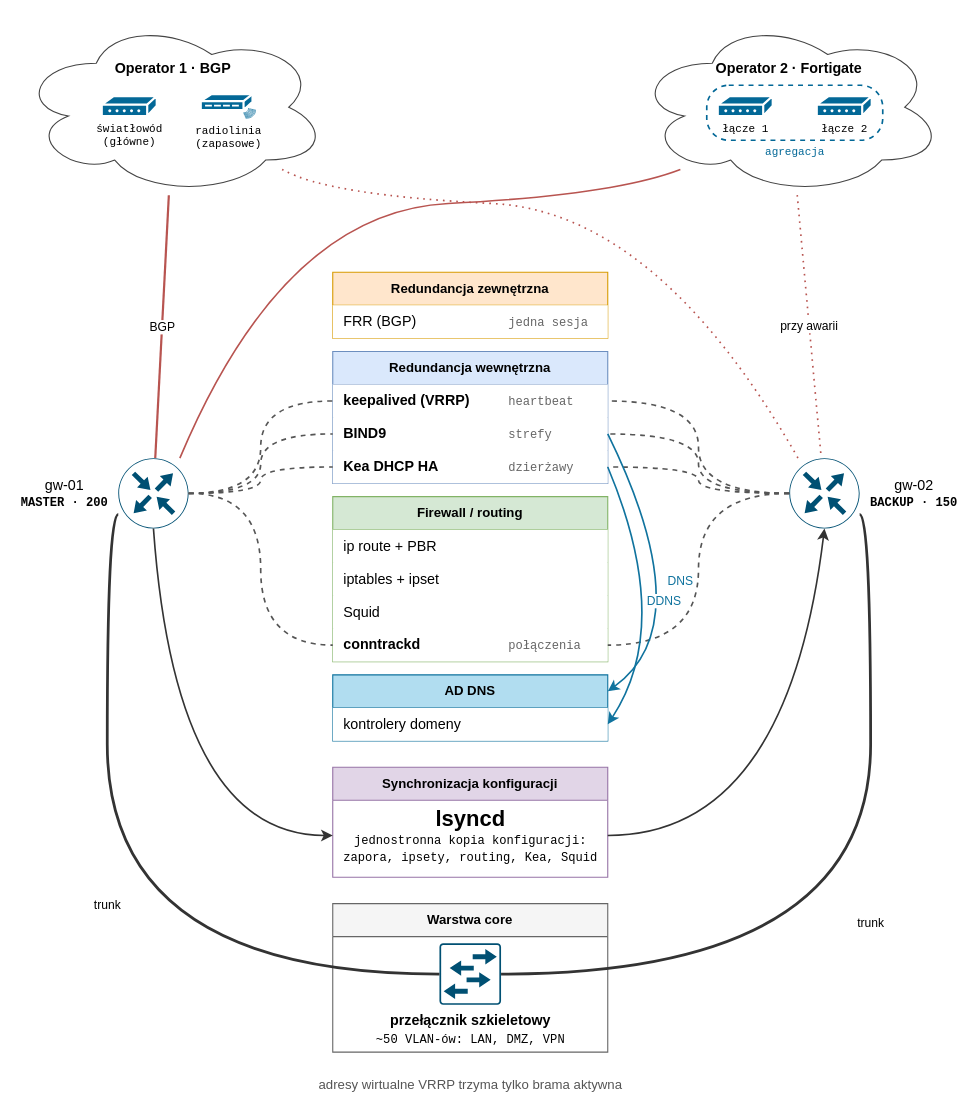
This is redundant-gateways-V2.drawio from BO-RU-TA/mysnippets, a draw.io file, before an edit. Source tidied: cells renumbered, new cells numbered last; positions are measured from the earlier drawing's top-left corner, leaving out a move shared by most shapes. Both pictures are drawn from the tidied source at 110%, with x=0, y=0 at pixel (19, 19).
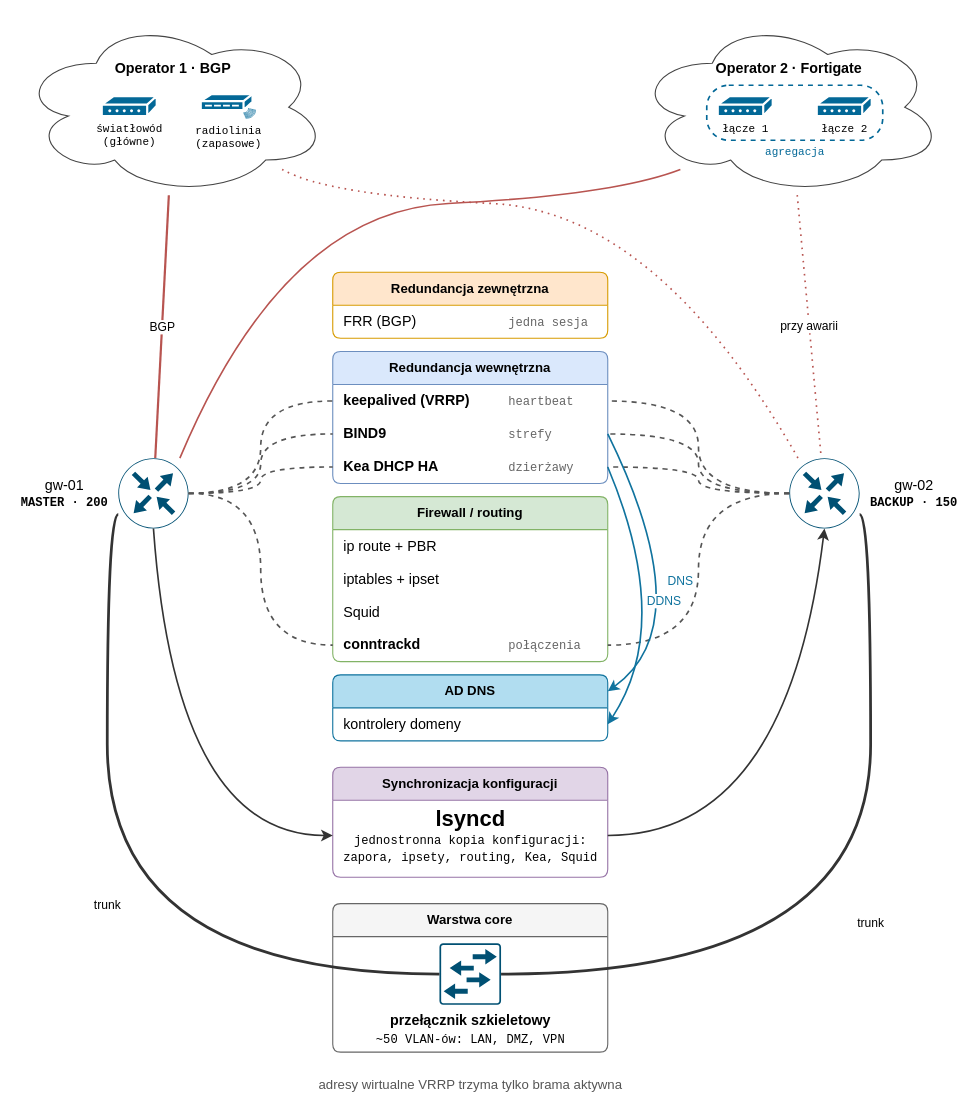
The same diagram, later.

Commit message:
redundant-gateways-V2.drawio: rounded section containers

What changed in the source:
```diff
@@
-    <mxCell id="2" value="Warstwa core" style="swimlane;fontStyle=1;horizontal=1;startSize=30;whiteSpace=wrap;html=1;fontSize=12;swimlaneFillColor=#ffffff;fillColor=#f5f5f5;strokeColor=#666666;" parent="1" vertex="1">
+    <mxCell id="2" value="Warstwa core" style="swimlane;rounded=1;arcSize=8;fontStyle=1;horizontal=1;startSize=30;whiteSpace=wrap;html=1;fontSize=12;swimlaneFillColor=#ffffff;fillColor=#f5f5f5;strokeColor=#666666;" parent="1" vertex="1">
       <mxGeometry x="285" y="804" width="250" height="135" as="geometry" />
     </mxCell>
-    <mxCell id="3" value="Synchronizacja konfiguracji" style="swimlane;fontStyle=1;horizontal=1;startSize=30;whiteSpace=wrap;html=1;fontSize=12;swimlaneFillColor=#ffffff;fillColor=#e1d5e7;strokeColor=#9673a6;" parent="1" vertex="1">
+    <mxCell id="3" value="Synchronizacja konfiguracji" style="swimlane;rounded=1;arcSize=8;fontStyle=1;horizontal=1;startSize=30;whiteSpace=wrap;html=1;fontSize=12;swimlaneFillColor=#ffffff;fillColor=#e1d5e7;strokeColor=#9673a6;" parent="1" vertex="1">
       <mxGeometry x="285" y="680" width="250" height="100" as="geometry" />
     </mxCell>
@@
-    <mxCell id="21" value="AD DNS" style="swimlane;fontStyle=1;horizontal=1;startSize=30;whiteSpace=wrap;html=1;fontSize=12;swimlaneFillColor=#ffffff;fillColor=#b1ddf0;strokeColor=#10739e;" parent="1" vertex="1">
+    <mxCell id="21" value="AD DNS" style="swimlane;rounded=1;arcSize=8;fontStyle=1;horizontal=1;startSize=30;whiteSpace=wrap;html=1;fontSize=12;swimlaneFillColor=#ffffff;fillColor=#b1ddf0;strokeColor=#10739e;" parent="1" vertex="1">
       <mxGeometry x="285" y="596" width="250" height="60" as="geometry" />
     </mxCell>
-    <mxCell id="22" value="Redundancja zewnętrzna" style="swimlane;fontStyle=1;horizontal=1;startSize=30;whiteSpace=wrap;html=1;fontSize=12;swimlaneFillColor=#ffffff;fillColor=#ffe6cc;strokeColor=#d79b00;" parent="1" vertex="1">
+    <mxCell id="22" value="Redundancja zewnętrzna" style="swimlane;rounded=1;arcSize=8;fontStyle=1;horizontal=1;startSize=30;whiteSpace=wrap;html=1;fontSize=12;swimlaneFillColor=#ffffff;fillColor=#ffe6cc;strokeColor=#d79b00;" parent="1" vertex="1">
       <mxGeometry x="285" y="230" width="250" height="60" as="geometry" />
     </mxCell>
-    <mxCell id="23" value="&lt;span style=&quot;display:inline-block;width:150px&quot;&gt;FRR (BGP)&lt;/span&gt;&lt;span style=&quot;font-family:Courier New;font-size:11px;color:#666666;font-weight:normal&quot;&gt;jedna sesja&lt;/span&gt;" style="text;strokeColor=none;fillColor=#ffffff;align=left;verticalAlign=middle;spacingLeft=8;spacingRight=8;html=1;fontSize=13;" parent="22" vertex="1">
+    <mxCell id="23" value="&lt;span style=&quot;display:inline-block;width:150px&quot;&gt;FRR (BGP)&lt;/span&gt;&lt;span style=&quot;font-family:Courier New;font-size:11px;color:#666666;font-weight:normal&quot;&gt;jedna sesja&lt;/span&gt;" style="text;strokeColor=none;fillColor=none;align=left;verticalAlign=middle;spacingLeft=8;spacingRight=8;html=1;fontSize=13;" parent="22" vertex="1">
       <mxGeometry y="30" width="250" height="30" as="geometry" />
     </mxCell>
-    <mxCell id="24" value="Redundancja wewnętrzna" style="swimlane;fontStyle=1;horizontal=1;startSize=30;whiteSpace=wrap;html=1;fontSize=12;swimlaneFillColor=#ffffff;fillColor=#dae8fc;strokeColor=#6c8ebf;" parent="1" vertex="1">
+    <mxCell id="24" value="Redundancja wewnętrzna" style="swimlane;rounded=1;arcSize=8;fontStyle=1;horizontal=1;startSize=30;whiteSpace=wrap;html=1;fontSize=12;swimlaneFillColor=#ffffff;fillColor=#dae8fc;strokeColor=#6c8ebf;" parent="1" vertex="1">
       <mxGeometry x="285" y="302" width="250" height="120" as="geometry" />
     </mxCell>
-    <mxCell id="25" value="&lt;span style=&quot;display:inline-block;width:150px&quot;&gt;&lt;b&gt;keepalived (VRRP)&lt;/b&gt;&lt;/span&gt;&lt;span style=&quot;font-family:Courier New;font-size:11px;color:#666666;font-weight:normal&quot;&gt;heartbeat&lt;/span&gt;" style="text;strokeColor=none;fillColor=#ffffff;align=left;verticalAlign=middle;spacingLeft=8;spacingRight=8;html=1;fontSize=13;points=[[0,0.5],[1,0.5]];portConstraint=eastwest;" parent="24" vertex="1">
+    <mxCell id="25" value="&lt;span style=&quot;display:inline-block;width:150px&quot;&gt;&lt;b&gt;keepalived (VRRP)&lt;/b&gt;&lt;/span&gt;&lt;span style=&quot;font-family:Courier New;font-size:11px;color:#666666;font-weight:normal&quot;&gt;heartbeat&lt;/span&gt;" style="text;strokeColor=none;fillColor=none;align=left;verticalAlign=middle;spacingLeft=8;spacingRight=8;html=1;fontSize=13;points=[[0,0.5],[1,0.5]];portConstraint=eastwest;" parent="24" vertex="1">
       <mxGeometry y="30" width="250" height="30" as="geometry" />
     </mxCell>
-    <mxCell id="26" value="&lt;span style=&quot;display:inline-block;width:150px&quot;&gt;&lt;b&gt;BIND9&lt;/b&gt;&lt;/span&gt;&lt;span style=&quot;font-family:Courier New;font-size:11px;color:#666666;font-weight:normal&quot;&gt;strefy&lt;/span&gt;" style="text;strokeColor=none;fillColor=#ffffff;align=left;verticalAlign=middle;spacingLeft=8;spacingRight=8;html=1;fontSize=13;points=[[0,0.5],[1,0.5]];portConstraint=eastwest;" parent="24" vertex="1">
+    <mxCell id="26" value="&lt;span style=&quot;display:inline-block;width:150px&quot;&gt;&lt;b&gt;BIND9&lt;/b&gt;&lt;/span&gt;&lt;span style=&quot;font-family:Courier New;font-size:11px;color:#666666;font-weight:normal&quot;&gt;strefy&lt;/span&gt;" style="text;strokeColor=none;fillColor=none;align=left;verticalAlign=middle;spacingLeft=8;spacingRight=8;html=1;fontSize=13;points=[[0,0.5],[1,0.5]];portConstraint=eastwest;" parent="24" vertex="1">
       <mxGeometry y="60" width="250" height="30" as="geometry" />
     </mxCell>
-    <mxCell id="27" value="&lt;span style=&quot;display:inline-block;width:150px&quot;&gt;&lt;b&gt;Kea DHCP HA&lt;/b&gt;&lt;/span&gt;&lt;span style=&quot;font-family:Courier New;font-size:11px;color:#666666;font-weight:normal&quot;&gt;dzierżawy&lt;/span&gt;" style="text;strokeColor=none;fillColor=#ffffff;align=left;verticalAlign=middle;spacingLeft=8;spacingRight=8;html=1;fontSize=13;points=[[0,0.5],[1,0.5]];portConstraint=eastwest;" parent="24" vertex="1">
+    <mxCell id="27" value="&lt;span style=&quot;display:inline-block;width:150px&quot;&gt;&lt;b&gt;Kea DHCP HA&lt;/b&gt;&lt;/span&gt;&lt;span style=&quot;font-family:Courier New;font-size:11px;color:#666666;font-weight:normal&quot;&gt;dzierżawy&lt;/span&gt;" style="text;strokeColor=none;fillColor=none;align=left;verticalAlign=middle;spacingLeft=8;spacingRight=8;html=1;fontSize=13;points=[[0,0.5],[1,0.5]];portConstraint=eastwest;" parent="24" vertex="1">
       <mxGeometry y="90" width="250" height="30" as="geometry" />
     </mxCell>
-    <mxCell id="28" value="Firewall / routing" style="swimlane;fontStyle=1;horizontal=1;startSize=30;whiteSpace=wrap;html=1;fontSize=12;swimlaneFillColor=#ffffff;fillColor=#d5e8d4;strokeColor=#82b366;" parent="1" vertex="1">
+    <mxCell id="28" value="Firewall / routing" style="swimlane;rounded=1;arcSize=8;fontStyle=1;horizontal=1;startSize=30;whiteSpace=wrap;html=1;fontSize=12;swimlaneFillColor=#ffffff;fillColor=#d5e8d4;strokeColor=#82b366;" parent="1" vertex="1">
       <mxGeometry x="285" y="434" width="250" height="150" as="geometry" />
     </mxCell>
-    <mxCell id="29" value="ip route + PBR" style="text;strokeColor=none;fillColor=#ffffff;align=left;verticalAlign=middle;spacingLeft=8;spacingRight=8;html=1;fontSize=13;" parent="28" vertex="1">
+    <mxCell id="29" value="ip route + PBR" style="text;strokeColor=none;fillColor=none;align=left;verticalAlign=middle;spacingLeft=8;spacingRight=8;html=1;fontSize=13;" parent="28" vertex="1">
       <mxGeometry y="30" width="250" height="30" as="geometry" />
     </mxCell>
-    <mxCell id="30" value="iptables + ipset" style="text;strokeColor=none;fillColor=#ffffff;align=left;verticalAlign=middle;spacingLeft=8;spacingRight=8;html=1;fontSize=13;" parent="28" vertex="1">
+    <mxCell id="30" value="iptables + ipset" style="text;strokeColor=none;fillColor=none;align=left;verticalAlign=middle;spacingLeft=8;spacingRight=8;html=1;fontSize=13;" parent="28" vertex="1">
       <mxGeometry y="60" width="250" height="30" as="geometry" />
     </mxCell>
-    <mxCell id="31" value="Squid" style="text;strokeColor=none;fillColor=#ffffff;align=left;verticalAlign=middle;spacingLeft=8;spacingRight=8;html=1;fontSize=13;" parent="28" vertex="1">
+    <mxCell id="31" value="Squid" style="text;strokeColor=none;fillColor=none;align=left;verticalAlign=middle;spacingLeft=8;spacingRight=8;html=1;fontSize=13;" parent="28" vertex="1">
       <mxGeometry y="90" width="250" height="30" as="geometry" />
     </mxCell>
-    <mxCell id="32" value="&lt;span style=&quot;display:inline-block;width:150px&quot;&gt;&lt;b&gt;conntrackd&lt;/b&gt;&lt;/span&gt;&lt;span style=&quot;font-family:Courier New;font-size:11px;color:#666666;font-weight:normal&quot;&gt;połączenia&lt;/span&gt;" style="text;strokeColor=none;fillColor=#ffffff;align=left;verticalAlign=middle;spacingLeft=8;spacingRight=8;html=1;fontSize=13;points=[[0,0.5],[1,0.5]];portConstraint=eastwest;" parent="28" vertex="1">
+    <mxCell id="32" value="&lt;span style=&quot;display:inline-block;width:150px&quot;&gt;&lt;b&gt;conntrackd&lt;/b&gt;&lt;/span&gt;&lt;span style=&quot;font-family:Courier New;font-size:11px;color:#666666;font-weight:normal&quot;&gt;połączenia&lt;/span&gt;" style="text;strokeColor=none;fillColor=none;align=left;verticalAlign=middle;spacingLeft=8;spacingRight=8;html=1;fontSize=13;points=[[0,0.5],[1,0.5]];portConstraint=eastwest;" parent="28" vertex="1">
       <mxGeometry y="120" width="250" height="30" as="geometry" />
     </mxCell>
@@
-    <mxCell id="46" value="kontrolery domeny" style="text;strokeColor=none;fillColor=#ffffff;align=left;verticalAlign=middle;spacingLeft=8;spacingRight=8;html=1;fontSize=13;" parent="21" vertex="1">
+    <mxCell id="46" value="kontrolery domeny" style="text;strokeColor=none;fillColor=none;align=left;verticalAlign=middle;spacingLeft=8;spacingRight=8;html=1;fontSize=13;" parent="21" vertex="1">
       <mxGeometry y="30" width="250" height="30" as="geometry" />
     </mxCell>
```
